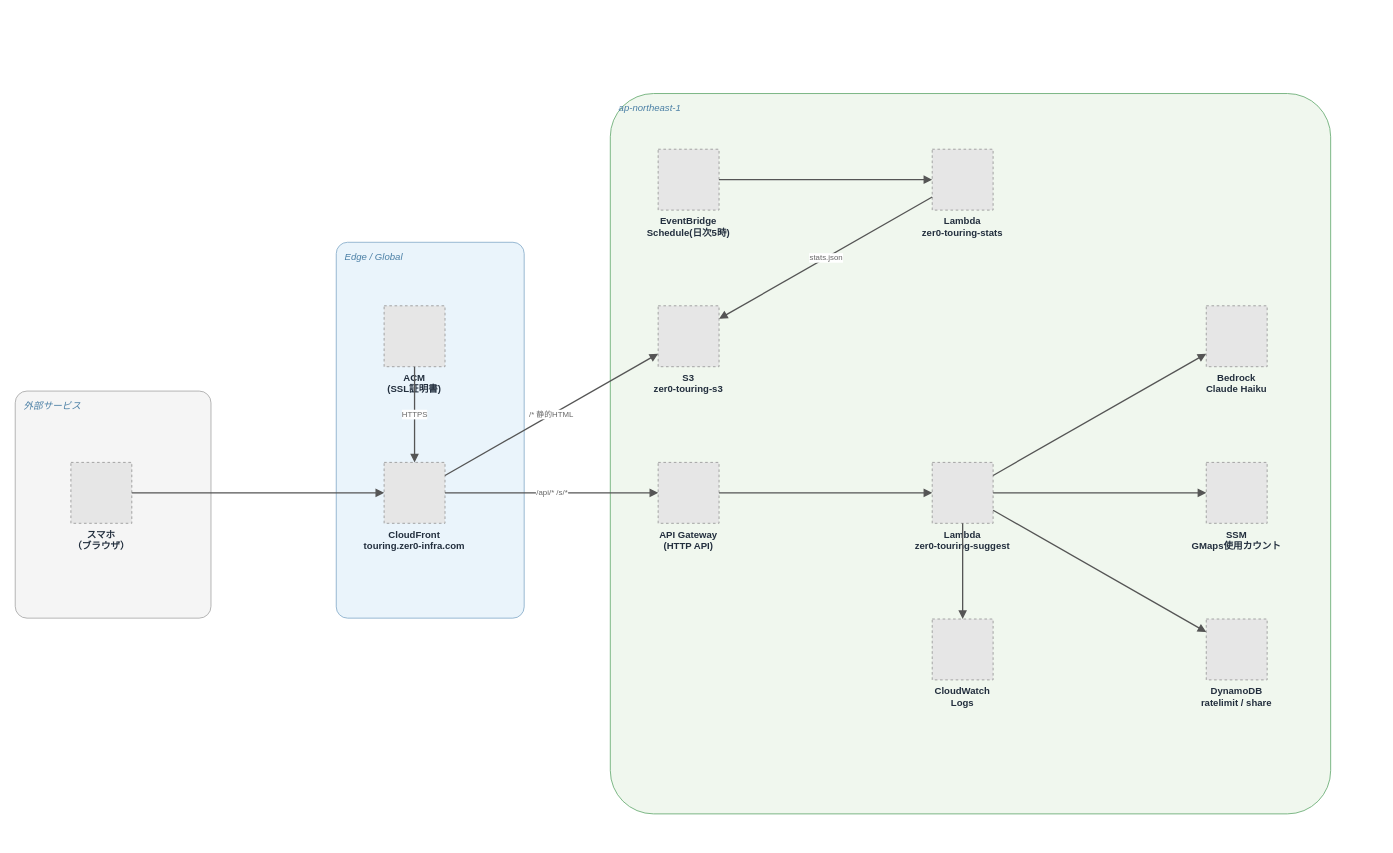
The draw.io diagram 007_zer0-touring-app/images/007_architecture.drawio in Zer0-1179/Zer0-public, before the edit. Source tidied: cells renumbered, new cells numbered last; positions are measured from the earlier drawing's top-left corner, leaving out a move shared by most shapes. Both pictures are drawn from the tidied source at 87%, with x=0, y=0 at pixel (15, 93). Pictures stored in the file or linked from it are replaced by grey dashed boxes.
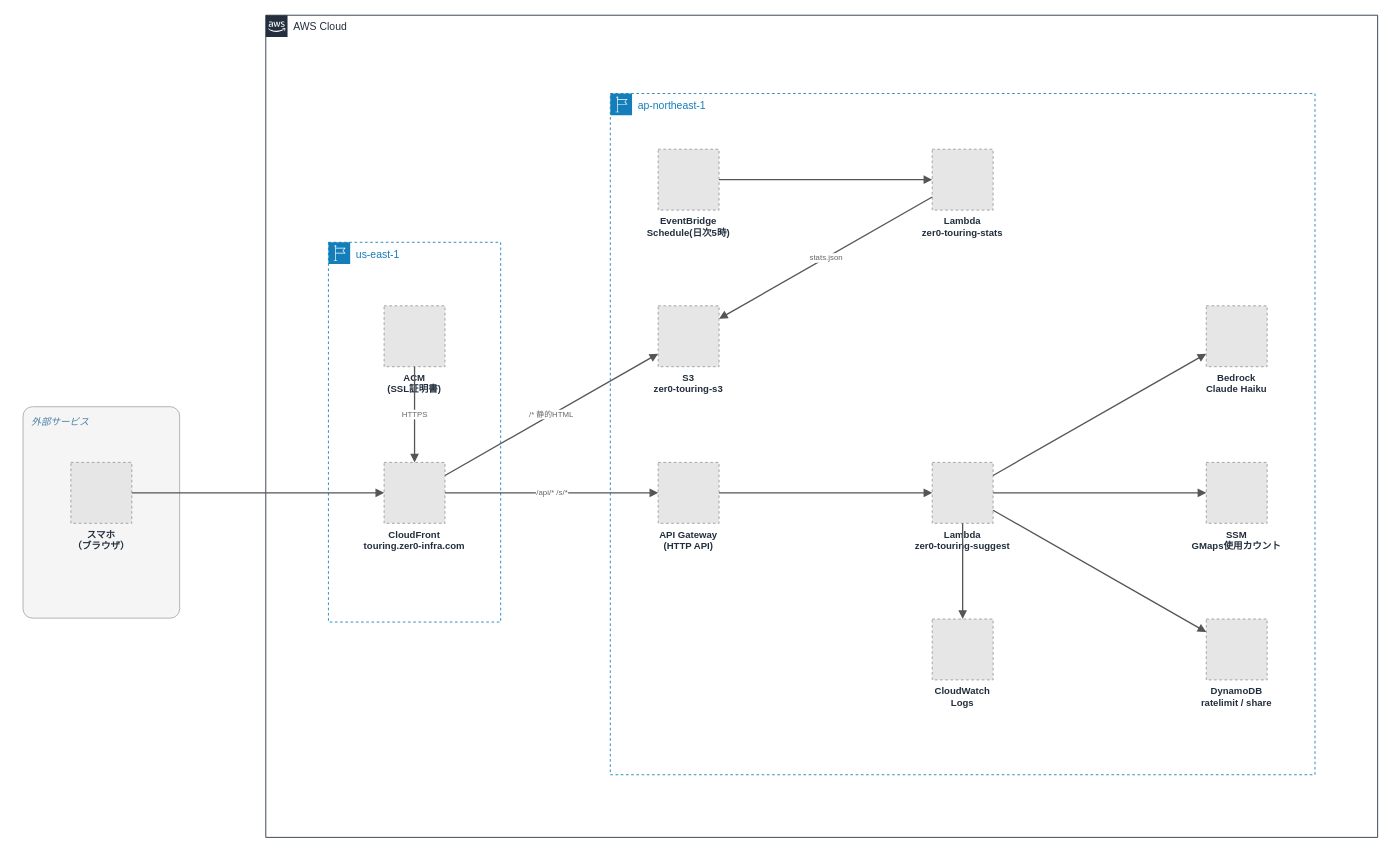
After the change.

What changed in the source:
```diff
@@
+    <mxCell id="28" value="AWS Cloud" style="gradientColor=none;html=1;whiteSpace=wrap;fontSize=12;fontStyle=0;shape=mxgraph.aws4.group;grIcon=mxgraph.aws4.group_aws_cloud_alt;strokeColor=#232F3E;fillColor=none;verticalAlign=top;align=left;spacingLeft=30;fontColor=#232F3E;dashed=0;" parent="1" vertex="1">
+      <mxGeometry x="288" y="-90" width="1278" height="945" as="geometry" />
+    </mxCell>
     <mxCell id="2" value="外部サービス" style="rounded=1;arcSize=6;whiteSpace=wrap;html=1;fillColor=#F5F5F5;strokeColor=#AAAAAA;verticalAlign=top;align=left;spacingLeft=8;spacingTop=4;fontColor=#4A7FA5;fontStyle=2;fontSize=11;" parent="1" vertex="1">
-      <mxGeometry y="342" width="225" height="261" as="geometry" />
+      <mxGeometry x="9" y="360" width="180" height="243" as="geometry" />
     </mxCell>
-    <mxCell id="3" value="Edge / Global" style="rounded=1;arcSize=6;whiteSpace=wrap;html=1;fillColor=#EAF4FB;strokeColor=#8AAFCC;verticalAlign=top;align=left;spacingLeft=8;spacingTop=4;fontColor=#4A7FA5;fontStyle=2;fontSize=11;" parent="1" vertex="1">
-      <mxGeometry x="369" y="171" width="216" height="432" as="geometry" />
-    </mxCell>
+    <mxCell id="29" value="us-east-1" style="gradientColor=none;html=1;whiteSpace=wrap;fontSize=12;fontStyle=0;shape=mxgraph.aws4.group;grIcon=mxgraph.aws4.group_region;strokeColor=#147EBA;fillColor=none;verticalAlign=top;align=left;spacingLeft=30;fontColor=#147EBA;dashed=1;" parent="28" vertex="1">
+      <mxGeometry x="72" y="261" width="198" height="436.5" as="geometry" />
+    </mxCell>
-    <mxCell id="4" value="ap-northeast-1" style="rounded=1;arcSize=6;whiteSpace=wrap;html=1;fillColor=#F0F7EE;strokeColor=#6BAE75;verticalAlign=top;align=left;spacingLeft=8;spacingTop=4;fontColor=#4A7FA5;fontStyle=2;fontSize=11;" parent="1" vertex="1">
-      <mxGeometry x="684" width="828" height="828" as="geometry" />
+    <mxCell id="4" value="ap-northeast-1" style="gradientColor=none;html=1;whiteSpace=wrap;fontSize=12;fontStyle=0;shape=mxgraph.aws4.group;grIcon=mxgraph.aws4.group_region;strokeColor=#147EBA;fillColor=none;verticalAlign=top;align=left;spacingLeft=30;fontColor=#147EBA;dashed=1;" parent="28" vertex="1">
+      <mxGeometry x="396" y="90" width="810" height="783" as="geometry" />
     </mxCell>
```
